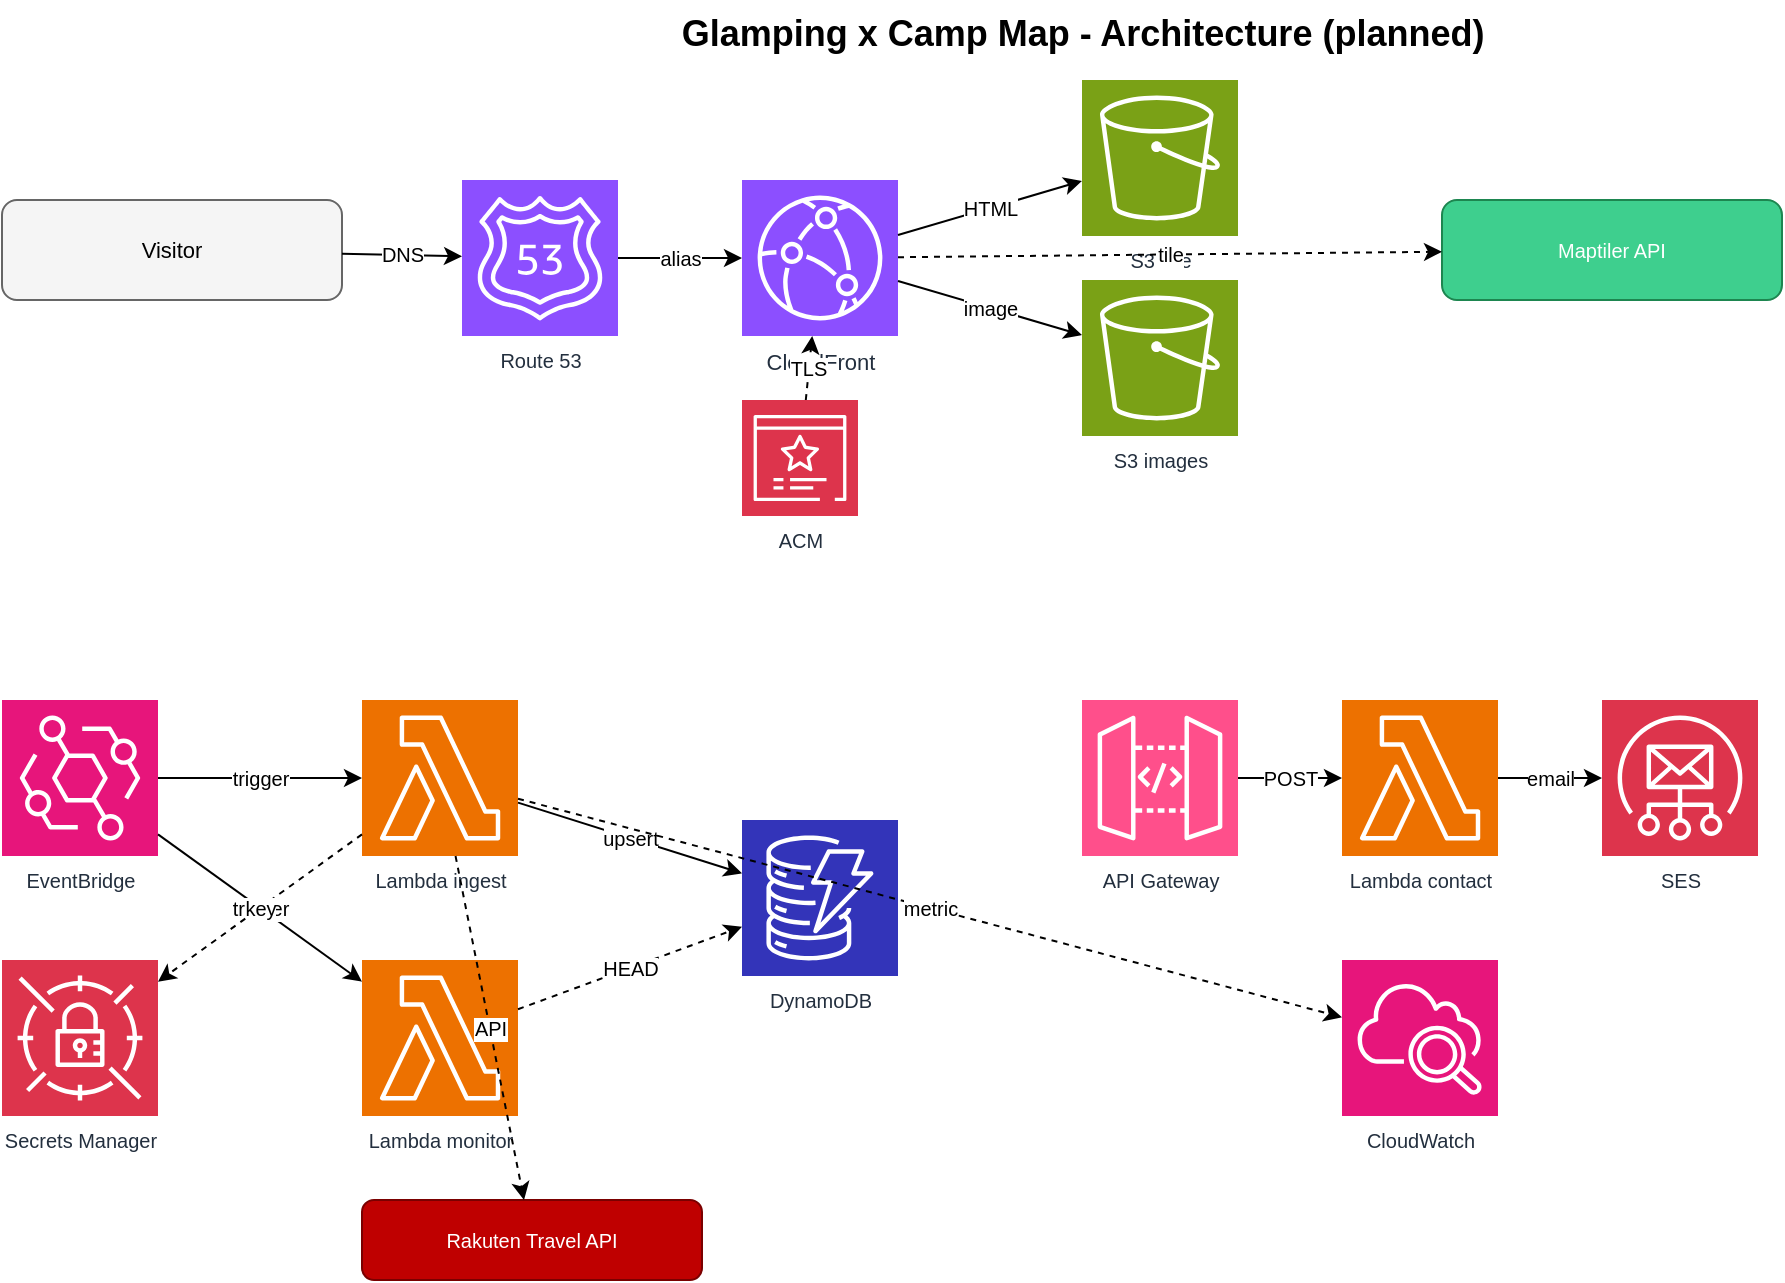
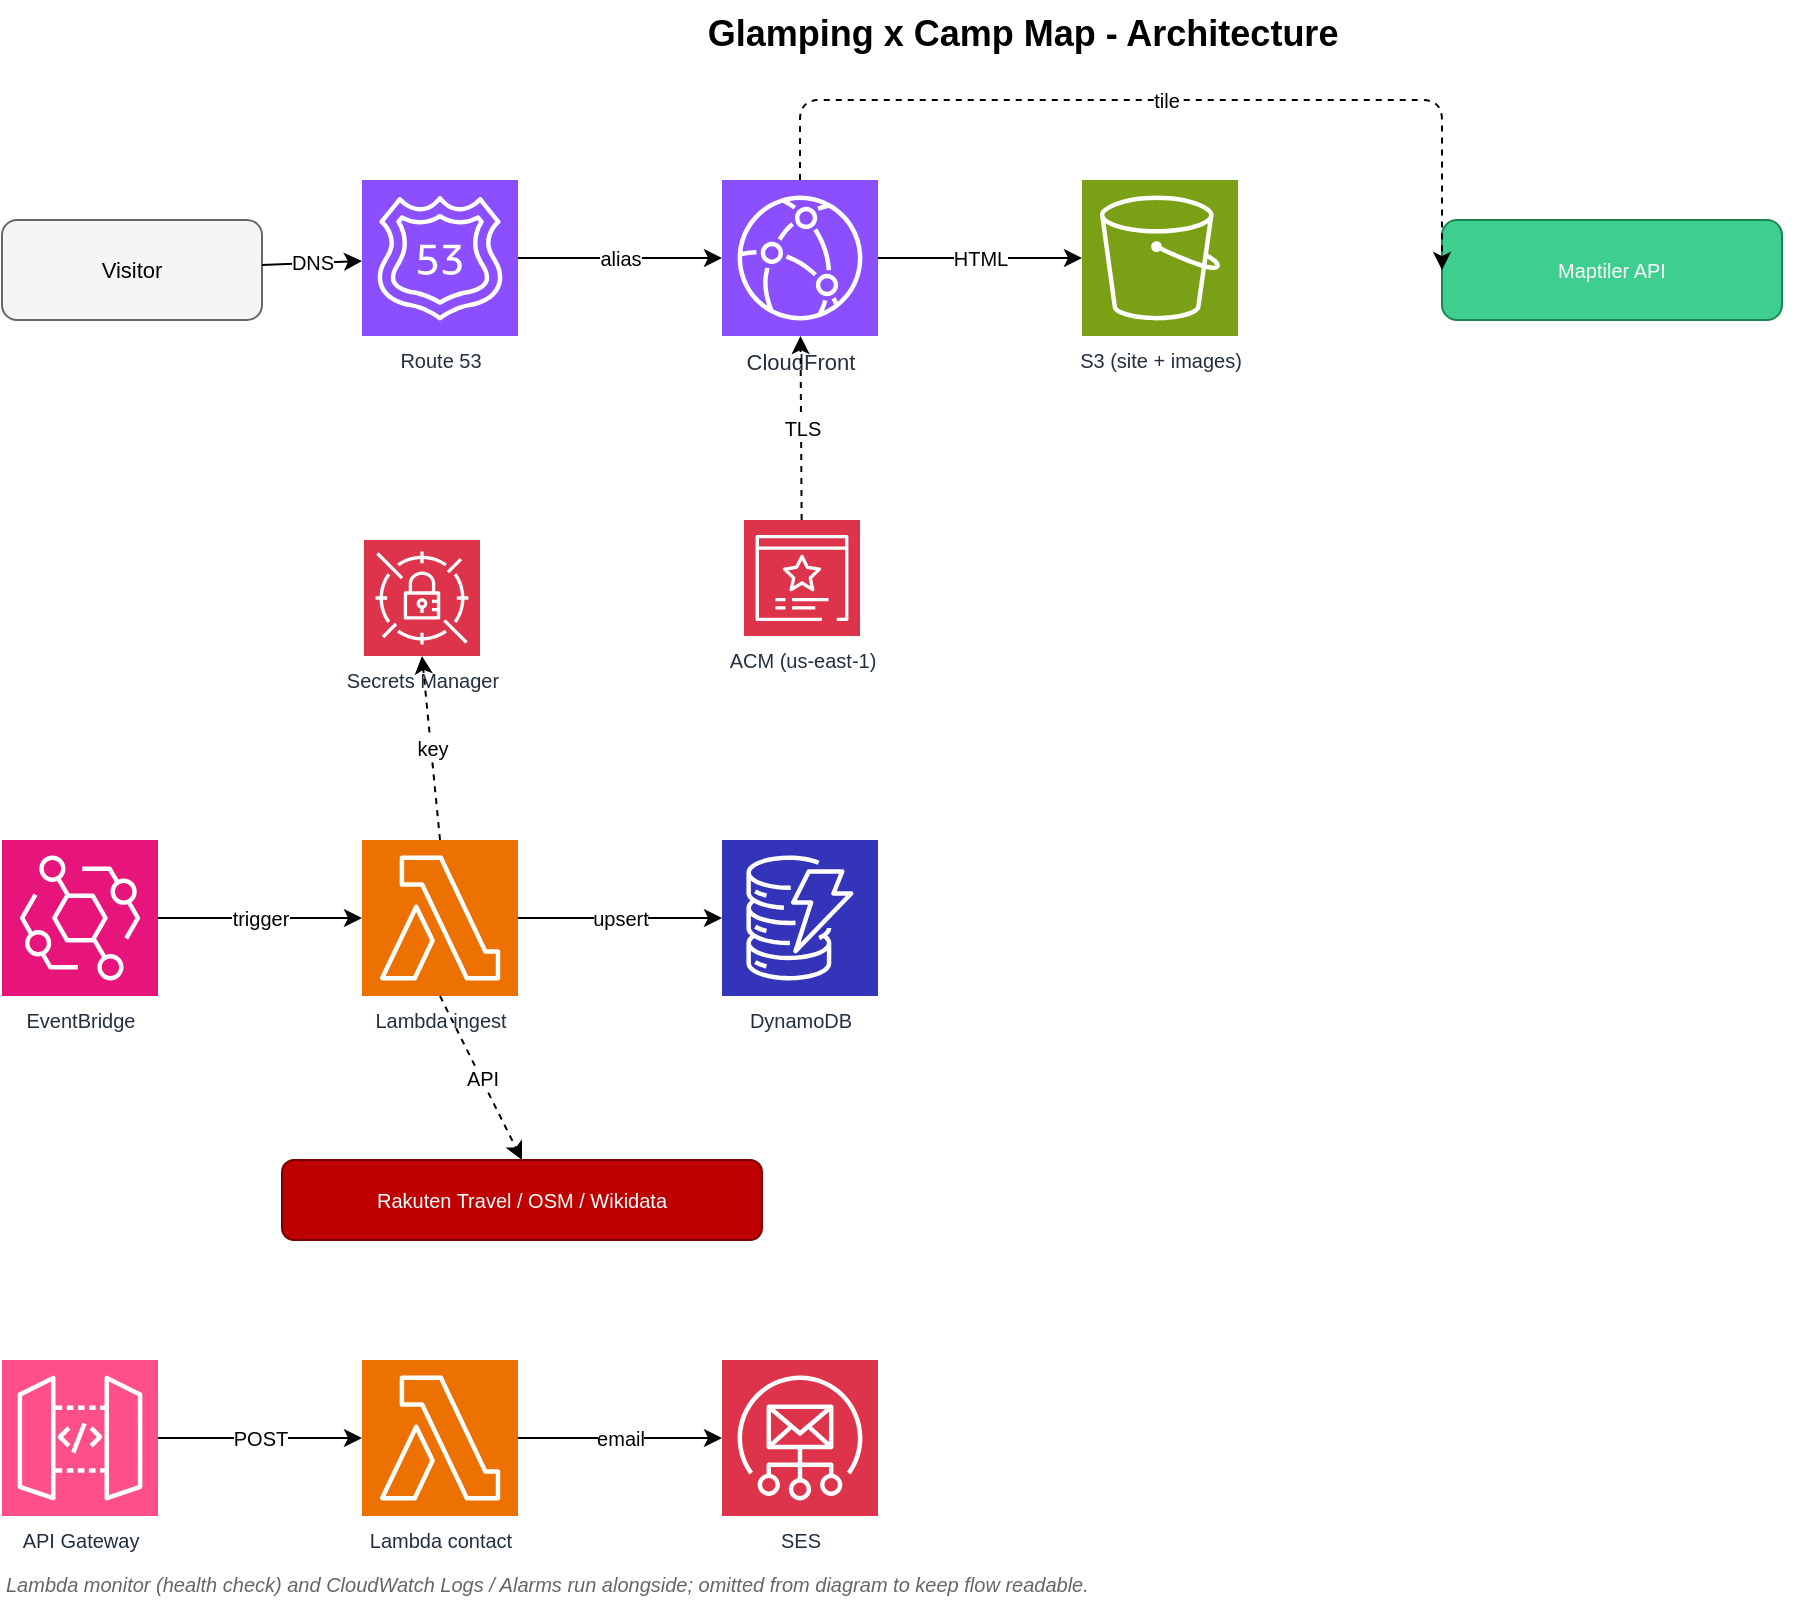
- <mxfile host="www.iigtn.com" modified="2026-05-05T17:00:00.000Z" agent="iigtn-platform" version="24.0.0">
+ <mxfile host="www.iigtn.com" modified="2026-05-15T18:30:00.000Z" agent="iigtn-platform" version="24.0.0">
  <diagram name="Glamping Map Architecture" id="glamp-arch">
-     <mxGraphModel dx="1400" dy="900" grid="1" gridSize="10" guides="1" tooltips="1" connect="1" arrows="1" fold="1" page="1" pageScale="1" pageWidth="1200" pageHeight="780" math="0" shadow="0">
+     <mxGraphModel dx="1400" dy="900" grid="1" gridSize="10" guides="1" tooltips="1" connect="1" arrows="1" fold="1" page="1" pageScale="1" pageWidth="1100" pageHeight="860" math="0" shadow="0">
      <root>
        <mxCell id="0" />
        <mxCell id="1" parent="0" />

-         <mxCell id="title" value="Glamping x Camp Map - Architecture (planned)" style="text;html=1;align=center;fontSize=18;fontStyle=1;" vertex="1" parent="1">
-           <mxGeometry x="280" y="20" width="640" height="30" as="geometry" />
+         <mxCell id="title" value="Glamping x Camp Map - Architecture" style="text;html=1;align=center;fontSize=18;fontStyle=1;" vertex="1" parent="1">
+           <mxGeometry x="270" y="20" width="560" height="30" as="geometry" />
        </mxCell>

        <mxCell id="user" value="Visitor" style="rounded=1;whiteSpace=wrap;html=1;fillColor=#f5f5f5;strokeColor=#666;fontSize=11;" vertex="1" parent="1">
-           <mxGeometry x="60" y="120" width="170" height="50" as="geometry" />
+           <mxGeometry x="40" y="130" width="130" height="50" as="geometry" />
        </mxCell>

        <mxCell id="r53" value="Route 53" style="sketch=0;outlineConnect=0;fontColor=#232F3E;fillColor=#8C4FFF;strokeColor=#ffffff;dashed=0;verticalLabelPosition=bottom;verticalAlign=top;align=center;html=1;fontSize=10;aspect=fixed;shape=mxgraph.aws4.resourceIcon;resIcon=mxgraph.aws4.route_53;" vertex="1" parent="1">
-           <mxGeometry x="290" y="110" width="78" height="78" as="geometry" />
-         </mxCell>
- 
-         <mxCell id="acm" value="ACM" style="sketch=0;outlineConnect=0;fontColor=#232F3E;fillColor=#DD344C;strokeColor=#ffffff;dashed=0;verticalLabelPosition=bottom;verticalAlign=top;align=center;html=1;fontSize=10;aspect=fixed;shape=mxgraph.aws4.resourceIcon;resIcon=mxgraph.aws4.certificate_manager_3;" vertex="1" parent="1">
-           <mxGeometry x="430" y="220" width="58" height="58" as="geometry" />
+           <mxGeometry x="220" y="110" width="78" height="78" as="geometry" />
        </mxCell>

        <mxCell id="cf" value="CloudFront" style="sketch=0;outlineConnect=0;fontColor=#232F3E;fillColor=#8C4FFF;strokeColor=#ffffff;dashed=0;verticalLabelPosition=bottom;verticalAlign=top;align=center;html=1;fontSize=11;aspect=fixed;shape=mxgraph.aws4.resourceIcon;resIcon=mxgraph.aws4.cloudfront;" vertex="1" parent="1">
-           <mxGeometry x="430" y="110" width="78" height="78" as="geometry" />
+           <mxGeometry x="400" y="110" width="78" height="78" as="geometry" />
        </mxCell>

-         <mxCell id="s3site" value="S3 site" style="sketch=0;outlineConnect=0;fontColor=#232F3E;fillColor=#7AA116;strokeColor=#ffffff;dashed=0;verticalLabelPosition=bottom;verticalAlign=top;align=center;html=1;fontSize=10;aspect=fixed;shape=mxgraph.aws4.resourceIcon;resIcon=mxgraph.aws4.s3;" vertex="1" parent="1">
-           <mxGeometry x="600" y="60" width="78" height="78" as="geometry" />
+         <mxCell id="s3site" value="S3 (site + images)" style="sketch=0;outlineConnect=0;fontColor=#232F3E;fillColor=#7AA116;strokeColor=#ffffff;dashed=0;verticalLabelPosition=bottom;verticalAlign=top;align=center;html=1;fontSize=10;aspect=fixed;shape=mxgraph.aws4.resourceIcon;resIcon=mxgraph.aws4.s3;" vertex="1" parent="1">
+           <mxGeometry x="580" y="110" width="78" height="78" as="geometry" />
        </mxCell>

-         <mxCell id="s3img" value="S3 images" style="sketch=0;outlineConnect=0;fontColor=#232F3E;fillColor=#7AA116;strokeColor=#ffffff;dashed=0;verticalLabelPosition=bottom;verticalAlign=top;align=center;html=1;fontSize=10;aspect=fixed;shape=mxgraph.aws4.resourceIcon;resIcon=mxgraph.aws4.s3;" vertex="1" parent="1">
-           <mxGeometry x="600" y="160" width="78" height="78" as="geometry" />
+         <mxCell id="maptiler" value="Maptiler API" style="rounded=1;whiteSpace=wrap;html=1;fillColor=#3ECF8E;strokeColor=#1d8650;fontColor=#fff;fontSize=10;" vertex="1" parent="1">
+           <mxGeometry x="760" y="130" width="170" height="50" as="geometry" />
+         </mxCell>
+ 
+         <mxCell id="acm" value="ACM (us-east-1)" style="sketch=0;outlineConnect=0;fontColor=#232F3E;fillColor=#DD344C;strokeColor=#ffffff;dashed=0;verticalLabelPosition=bottom;verticalAlign=top;align=center;html=1;fontSize=10;aspect=fixed;shape=mxgraph.aws4.resourceIcon;resIcon=mxgraph.aws4.certificate_manager_3;" vertex="1" parent="1">
+           <mxGeometry x="411" y="280" width="58" height="58" as="geometry" />
+         </mxCell>
+ 
+         <mxCell id="sm" value="Secrets Manager" style="sketch=0;outlineConnect=0;fontColor=#232F3E;fillColor=#DD344C;strokeColor=#ffffff;dashed=0;verticalLabelPosition=bottom;verticalAlign=top;align=center;html=1;fontSize=10;aspect=fixed;shape=mxgraph.aws4.resourceIcon;resIcon=mxgraph.aws4.secrets_manager;" vertex="1" parent="1">
+           <mxGeometry x="221" y="290" width="58" height="58" as="geometry" />
        </mxCell>

        <mxCell id="ae1" value="DNS" style="endArrow=classic;html=1;fontSize=10;" edge="1" parent="1" source="user" target="r53">
          <mxGeometry relative="1" as="geometry" />
        </mxCell>
        <mxCell id="ae2" value="alias" style="endArrow=classic;html=1;fontSize=10;" edge="1" parent="1" source="r53" target="cf">
          <mxGeometry relative="1" as="geometry" />
        </mxCell>
        <mxCell id="ae3" value="TLS" style="endArrow=classic;dashed=1;html=1;fontSize=10;" edge="1" parent="1" source="acm" target="cf">
          <mxGeometry relative="1" as="geometry" />
        </mxCell>
        <mxCell id="ae4" value="HTML" style="endArrow=classic;html=1;fontSize=10;" edge="1" parent="1" source="cf" target="s3site">
          <mxGeometry relative="1" as="geometry" />
        </mxCell>
-         <mxCell id="ae5" value="image" style="endArrow=classic;html=1;fontSize=10;" edge="1" parent="1" source="cf" target="s3img">
-           <mxGeometry relative="1" as="geometry" />
-         </mxCell>
-         <mxCell id="maptiler" value="Maptiler API" style="rounded=1;whiteSpace=wrap;html=1;fillColor=#3ECF8E;strokeColor=#1d8650;fontColor=#fff;fontSize=10;" vertex="1" parent="1">
-           <mxGeometry x="780" y="120" width="170" height="50" as="geometry" />
-         </mxCell>
-         <mxCell id="ae6" value="tile" style="endArrow=classic;dashed=1;html=1;fontSize=10;" edge="1" parent="1" source="cf" target="maptiler">
-           <mxGeometry relative="1" as="geometry" />
+         <mxCell id="ae6" value="tile" style="endArrow=classic;dashed=1;html=1;fontSize=10;exitX=0.5;exitY=0;exitDx=0;exitDy=0;entryX=0;entryY=0.5;entryDx=0;entryDy=0;" edge="1" parent="1" source="cf" target="maptiler">
+           <mxGeometry relative="1" as="geometry">
+             <Array as="points">
+               <mxPoint x="439" y="70" />
+               <mxPoint x="760" y="70" />
+             </Array>
+           </mxGeometry>
        </mxCell>

        <mxCell id="eb" value="EventBridge" style="sketch=0;outlineConnect=0;fontColor=#232F3E;fillColor=#E7157B;strokeColor=#ffffff;dashed=0;verticalLabelPosition=bottom;verticalAlign=top;align=center;html=1;fontSize=10;aspect=fixed;shape=mxgraph.aws4.resourceIcon;resIcon=mxgraph.aws4.eventbridge;" vertex="1" parent="1">
-           <mxGeometry x="60" y="370" width="78" height="78" as="geometry" />
+           <mxGeometry x="40" y="440" width="78" height="78" as="geometry" />
        </mxCell>

        <mxCell id="lambdaIng" value="Lambda ingest" style="sketch=0;outlineConnect=0;fontColor=#232F3E;fillColor=#ED7100;strokeColor=#ffffff;dashed=0;verticalLabelPosition=bottom;verticalAlign=top;align=center;html=1;fontSize=10;aspect=fixed;shape=mxgraph.aws4.resourceIcon;resIcon=mxgraph.aws4.lambda;" vertex="1" parent="1">
-           <mxGeometry x="240" y="370" width="78" height="78" as="geometry" />
-         </mxCell>
- 
-         <mxCell id="lambdaMon" value="Lambda monitor" style="sketch=0;outlineConnect=0;fontColor=#232F3E;fillColor=#ED7100;strokeColor=#ffffff;dashed=0;verticalLabelPosition=bottom;verticalAlign=top;align=center;html=1;fontSize=10;aspect=fixed;shape=mxgraph.aws4.resourceIcon;resIcon=mxgraph.aws4.lambda;" vertex="1" parent="1">
-           <mxGeometry x="240" y="500" width="78" height="78" as="geometry" />
-         </mxCell>
- 
-         <mxCell id="rakuten" value="Rakuten Travel API" style="rounded=1;whiteSpace=wrap;html=1;fillColor=#BF0000;strokeColor=#7a0000;fontColor=#fff;fontSize=10;" vertex="1" parent="1">
-           <mxGeometry x="240" y="620" width="170" height="40" as="geometry" />
+           <mxGeometry x="220" y="440" width="78" height="78" as="geometry" />
        </mxCell>

        <mxCell id="ddb" value="DynamoDB" style="sketch=0;outlineConnect=0;fontColor=#232F3E;fillColor=#3334B9;strokeColor=#ffffff;dashed=0;verticalLabelPosition=bottom;verticalAlign=top;align=center;html=1;fontSize=10;aspect=fixed;shape=mxgraph.aws4.resourceIcon;resIcon=mxgraph.aws4.dynamodb;" vertex="1" parent="1">
-           <mxGeometry x="430" y="430" width="78" height="78" as="geometry" />
+           <mxGeometry x="400" y="440" width="78" height="78" as="geometry" />
        </mxCell>

-         <mxCell id="sm" value="Secrets Manager" style="sketch=0;outlineConnect=0;fontColor=#232F3E;fillColor=#DD344C;strokeColor=#ffffff;dashed=0;verticalLabelPosition=bottom;verticalAlign=top;align=center;html=1;fontSize=10;aspect=fixed;shape=mxgraph.aws4.resourceIcon;resIcon=mxgraph.aws4.secrets_manager;" vertex="1" parent="1">
-           <mxGeometry x="60" y="500" width="78" height="78" as="geometry" />
+         <mxCell id="rakuten" value="Rakuten Travel / OSM / Wikidata" style="rounded=1;whiteSpace=wrap;html=1;fillColor=#BF0000;strokeColor=#7a0000;fontColor=#fff;fontSize=10;" vertex="1" parent="1">
+           <mxGeometry x="180" y="600" width="240" height="40" as="geometry" />
        </mxCell>

        <mxCell id="be1" value="trigger" style="endArrow=classic;html=1;fontSize=10;" edge="1" parent="1" source="eb" target="lambdaIng">
          <mxGeometry relative="1" as="geometry" />
        </mxCell>
-         <mxCell id="be2" value="trigger" style="endArrow=classic;html=1;fontSize=10;" edge="1" parent="1" source="eb" target="lambdaMon">
+         <mxCell id="be6" value="key" style="endArrow=classic;dashed=1;html=1;fontSize=10;exitX=0.5;exitY=0;exitDx=0;exitDy=0;entryX=0.5;entryY=1;entryDx=0;entryDy=0;" edge="1" parent="1" source="lambdaIng" target="sm">
          <mxGeometry relative="1" as="geometry" />
        </mxCell>
-         <mxCell id="be3" value="API" style="endArrow=classic;dashed=1;html=1;fontSize=10;" edge="1" parent="1" source="lambdaIng" target="rakuten">
+         <mxCell id="be3" value="API" style="endArrow=classic;dashed=1;html=1;fontSize=10;exitX=0.5;exitY=1;exitDx=0;exitDy=0;entryX=0.5;entryY=0;entryDx=0;entryDy=0;" edge="1" parent="1" source="lambdaIng" target="rakuten">
          <mxGeometry relative="1" as="geometry" />
        </mxCell>
        <mxCell id="be4" value="upsert" style="endArrow=classic;html=1;fontSize=10;" edge="1" parent="1" source="lambdaIng" target="ddb">
          <mxGeometry relative="1" as="geometry" />
        </mxCell>
-         <mxCell id="be5" value="HEAD" style="endArrow=classic;dashed=1;html=1;fontSize=10;" edge="1" parent="1" source="lambdaMon" target="ddb">
-           <mxGeometry relative="1" as="geometry" />
-         </mxCell>
-         <mxCell id="be6" value="key" style="endArrow=classic;dashed=1;html=1;fontSize=10;" edge="1" parent="1" source="lambdaIng" target="sm">
-           <mxGeometry relative="1" as="geometry" />
-         </mxCell>

        <mxCell id="apigw" value="API Gateway" style="sketch=0;outlineConnect=0;fontColor=#232F3E;fillColor=#FF4F8B;strokeColor=#ffffff;dashed=0;verticalLabelPosition=bottom;verticalAlign=top;align=center;html=1;fontSize=10;aspect=fixed;shape=mxgraph.aws4.resourceIcon;resIcon=mxgraph.aws4.api_gateway;" vertex="1" parent="1">
-           <mxGeometry x="600" y="370" width="78" height="78" as="geometry" />
+           <mxGeometry x="40" y="700" width="78" height="78" as="geometry" />
        </mxCell>

        <mxCell id="lambdaC" value="Lambda contact" style="sketch=0;outlineConnect=0;fontColor=#232F3E;fillColor=#ED7100;strokeColor=#ffffff;dashed=0;verticalLabelPosition=bottom;verticalAlign=top;align=center;html=1;fontSize=10;aspect=fixed;shape=mxgraph.aws4.resourceIcon;resIcon=mxgraph.aws4.lambda;" vertex="1" parent="1">
-           <mxGeometry x="730" y="370" width="78" height="78" as="geometry" />
+           <mxGeometry x="220" y="700" width="78" height="78" as="geometry" />
        </mxCell>

        <mxCell id="ses" value="SES" style="sketch=0;outlineConnect=0;fontColor=#232F3E;fillColor=#DD344C;strokeColor=#ffffff;dashed=0;verticalLabelPosition=bottom;verticalAlign=top;align=center;html=1;fontSize=10;aspect=fixed;shape=mxgraph.aws4.resourceIcon;resIcon=mxgraph.aws4.simple_email_service;" vertex="1" parent="1">
-           <mxGeometry x="860" y="370" width="78" height="78" as="geometry" />
-         </mxCell>
- 
-         <mxCell id="cwa" value="CloudWatch" style="sketch=0;outlineConnect=0;fontColor=#232F3E;fillColor=#E7157B;strokeColor=#ffffff;dashed=0;verticalLabelPosition=bottom;verticalAlign=top;align=center;html=1;fontSize=10;aspect=fixed;shape=mxgraph.aws4.resourceIcon;resIcon=mxgraph.aws4.cloudwatch_2;" vertex="1" parent="1">
-           <mxGeometry x="730" y="500" width="78" height="78" as="geometry" />
+           <mxGeometry x="400" y="700" width="78" height="78" as="geometry" />
        </mxCell>

        <mxCell id="ce1" value="POST" style="endArrow=classic;html=1;fontSize=10;" edge="1" parent="1" source="apigw" target="lambdaC">
          <mxGeometry relative="1" as="geometry" />
        </mxCell>
        <mxCell id="ce2" value="email" style="endArrow=classic;html=1;fontSize=10;" edge="1" parent="1" source="lambdaC" target="ses">
          <mxGeometry relative="1" as="geometry" />
        </mxCell>
-         <mxCell id="ce3" value="metric" style="endArrow=classic;dashed=1;html=1;fontSize=10;" edge="1" parent="1" source="lambdaIng" target="cwa">
-           <mxGeometry relative="1" as="geometry" />
+ 
+         <mxCell id="note" value="Lambda monitor (health check) and CloudWatch Logs / Alarms run alongside; omitted from diagram to keep flow readable." style="text;html=1;align=left;fontSize=10;fontStyle=2;fontColor=#666;" vertex="1" parent="1">
+           <mxGeometry x="40" y="800" width="900" height="30" as="geometry" />
        </mxCell>

      </root>
    </mxGraphModel>
  </diagram>
</mxfile>
